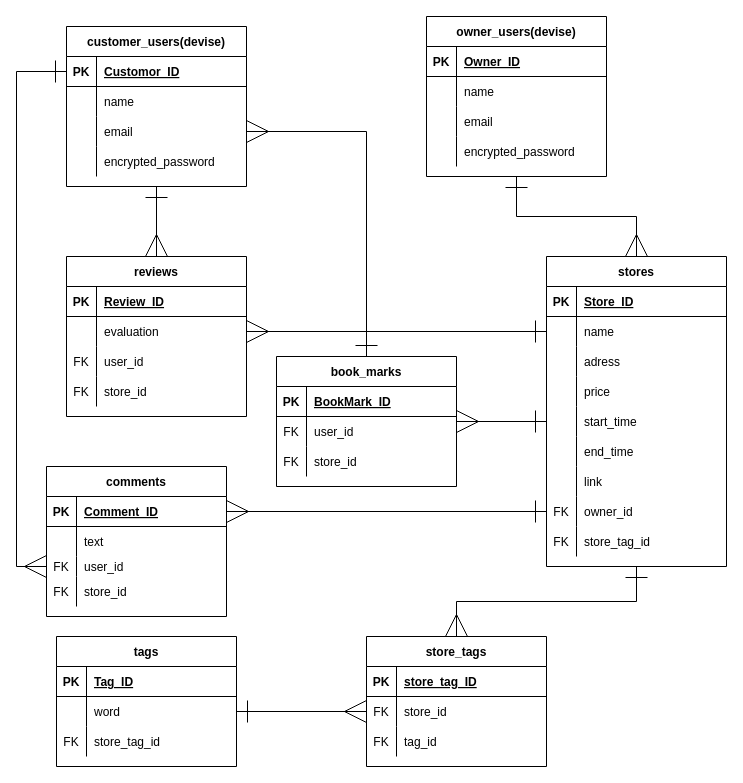
KaichiAkazawa/kamindokoro-app keeps this draw.io diagram as kamindokoro-ER.dio. Above is the earlier version. Source tidied: cells renumbered, new cells numbered last; positions are measured from the earlier drawing's top-left corner, leaving out a move shared by most shapes. Both pictures are drawn from the tidied source at 100%, with x=0, y=0 at pixel (46, 16).
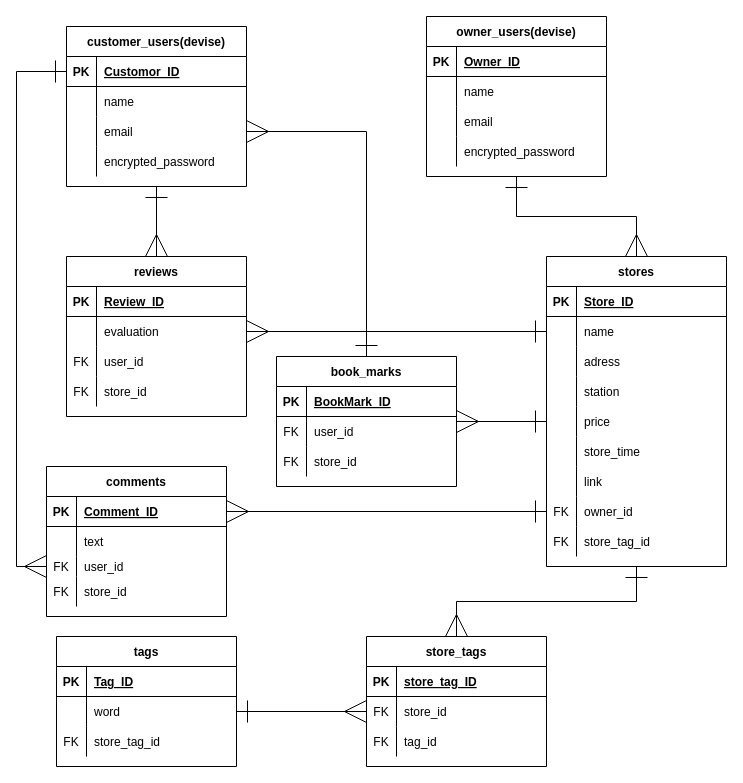
The same diagram, later.

Unchanged cells that the change refers to:
```xml
<mxCell id="27" style="shape=partialRectangle;fillColor=none;top=0;left=0;bottom=0;right=0;" parent="17" vertex="1">
  <mxGeometry y="120" width="180" height="30" as="geometry" />
</mxCell>
<mxCell id="30" style="shape=partialRectangle;fillColor=none;top=0;left=0;bottom=0;right=0;points=[[0,0.5],[1,0.5]];portConstraint=eastwest;" parent="17" vertex="1">
  <mxGeometry y="150" width="180" height="30" as="geometry" />
</mxCell>
<mxCell id="33" style="shape=partialRectangle;fillColor=none;top=0;left=0;bottom=0;right=0;" parent="17" vertex="1">
  <mxGeometry y="180" width="180" height="30" as="geometry" />
</mxCell>
```

Change to the diagram source:
```diff
@@
-    <mxCell id="29" value="price" style="shape=partialRectangle;fillColor=none;top=0;left=0;bottom=0;right=0;align=left;spacingLeft=6;overflow=hidden;" parent="27" vertex="1">
+    <mxCell id="29" value="station" style="shape=partialRectangle;fillColor=none;top=0;left=0;bottom=0;right=0;align=left;spacingLeft=6;overflow=hidden;" parent="27" vertex="1">
       <mxGeometry x="30" width="150" height="30" as="geometry" />
     </mxCell>
@@
-    <mxCell id="32" value="start_time" style="shape=partialRectangle;fillColor=none;top=0;left=0;bottom=0;right=0;align=left;spacingLeft=6;overflow=hidden;" parent="30" vertex="1">
+    <mxCell id="32" value="price" style="shape=partialRectangle;fillColor=none;top=0;left=0;bottom=0;right=0;align=left;spacingLeft=6;overflow=hidden;" parent="30" vertex="1">
       <mxGeometry x="30" width="150" height="30" as="geometry" />
     </mxCell>
@@
-    <mxCell id="35" value="end_time" style="shape=partialRectangle;fillColor=none;top=0;left=0;bottom=0;right=0;align=left;spacingLeft=6;overflow=hidden;" parent="33" vertex="1">
+    <mxCell id="35" value="store_time" style="shape=partialRectangle;fillColor=none;top=0;left=0;bottom=0;right=0;align=left;spacingLeft=6;overflow=hidden;" parent="33" vertex="1">
       <mxGeometry x="30" width="150" height="30" as="geometry" />
     </mxCell>
```
